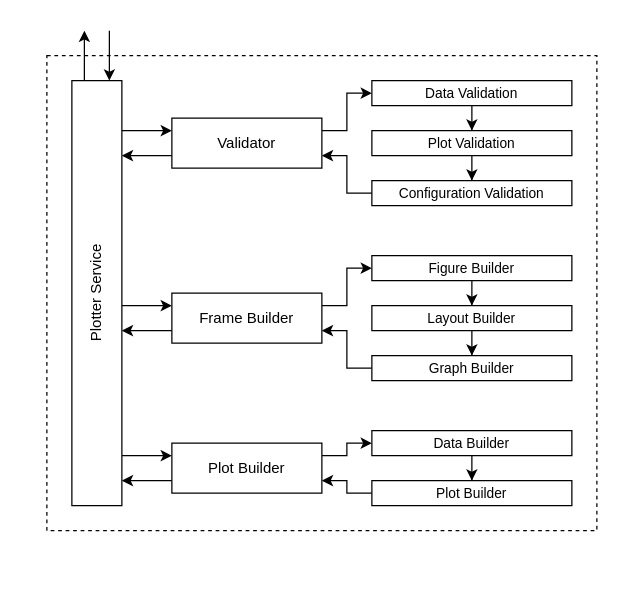
Before: page "Plotter" (2 of 3) of docs/schemas/schemas.drawio in antoniomf97/easyg, a draw.io diagram. Source tidied: cells renumbered, new cells numbered last; positions are measured from the earlier drawing's top-left corner, leaving out a move shared by most shapes. Both pictures are drawn from the tidied source at 125%, with x=0, y=0 at pixel (46, 30).
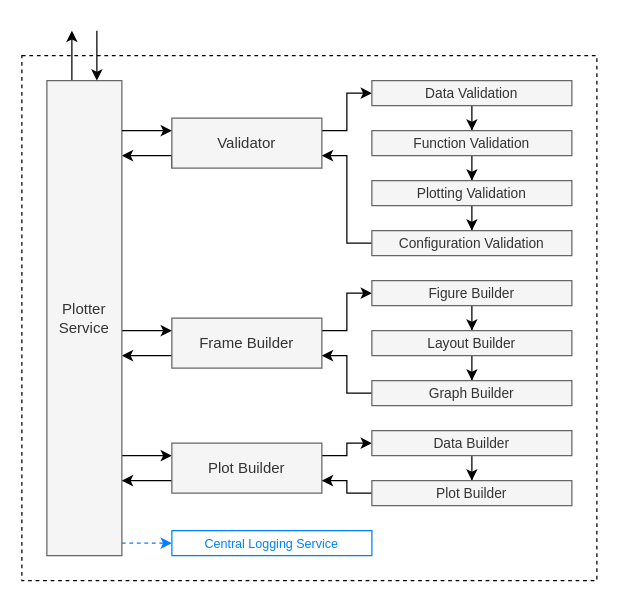
The same page after the edit.

The edit, as a diff of the source:
```diff
@@
     <mxCell id="2" style="rounded=0;whiteSpace=wrap;html=1;fillColor=none;dashed=1;" parent="1" vertex="1">
-      <mxGeometry y="20" width="440" height="380" as="geometry" />
+      <mxGeometry x="-20" y="20" width="460" height="420" as="geometry" />
     </mxCell>
@@
-    <mxCell id="4" style="edgeStyle=orthogonalEdgeStyle;rounded=0;jettySize=auto;html=1;" parent="1" edge="1" source="5" target="12">
+    <mxCell id="4" style="edgeStyle=orthogonalEdgeStyle;rounded=0;jettySize=auto;html=1;" parent="1" edge="1" target="12">
       <mxGeometry relative="1" as="geometry">
+        <mxPoint x="100" y="110" as="sourcePoint" />
         <Array as="points">
-          <mxPoint x="80" y="100" />
-          <mxPoint x="80" y="100" />
+          <mxPoint x="100" y="100" />
         </Array>
       </mxGeometry>
     </mxCell>
-    <mxCell id="5" value="Validator" style="rounded=0;whiteSpace=wrap;html=1;" parent="1" vertex="1">
+    <mxCell id="5" value="Validator" style="rounded=0;whiteSpace=wrap;html=1;fillColor=#f5f5f5;fontColor=#333333;strokeColor=#666666;" parent="1" vertex="1">
       <mxGeometry x="100" y="70" width="120" height="40" as="geometry" />
     </mxCell>
     <mxCell id="6" style="edgeStyle=orthogonalEdgeStyle;rounded=0;jettySize=auto;html=1;" parent="1" edge="1" source="8" target="20">
       <mxGeometry relative="1" as="geometry">
         <Array as="points">
-          <mxPoint x="240" y="220" />
-          <mxPoint x="240" y="190" />
+          <mxPoint x="240" y="240" />
+          <mxPoint x="240" y="210" />
         </Array>
       </mxGeometry>
     </mxCell>
-    <mxCell id="7" style="edgeStyle=orthogonalEdgeStyle;rounded=0;jettySize=auto;html=1;" parent="1" edge="1" source="8" target="12">
+    <mxCell id="7" style="edgeStyle=orthogonalEdgeStyle;rounded=0;jettySize=auto;html=1;" parent="1" edge="1" source="8">
       <mxGeometry relative="1" as="geometry">
+        <mxPoint x="60" y="260" as="targetPoint" />
         <Array as="points">
-          <mxPoint x="80" y="240" />
-          <mxPoint x="80" y="240" />
+          <mxPoint x="80" y="260" />
+          <mxPoint x="80" y="260" />
         </Array>
       </mxGeometry>
     </mxCell>
-    <mxCell id="8" value="Frame Builder" style="rounded=0;whiteSpace=wrap;html=1;" parent="1" vertex="1">
-      <mxGeometry x="100" y="210" width="120" height="40" as="geometry" />
+    <mxCell id="8" value="Frame Builder" style="rounded=0;whiteSpace=wrap;html=1;fillColor=#f5f5f5;fontColor=#333333;strokeColor=#666666;" parent="1" vertex="1">
+      <mxGeometry x="100" y="230" width="120" height="40" as="geometry" />
     </mxCell>
-    <mxCell id="9" style="edgeStyle=orthogonalEdgeStyle;rounded=0;jettySize=auto;html=1;entryX=0;entryY=0.25;entryDx=0;entryDy=0;" parent="1" edge="1" source="12" target="8">
+    <mxCell id="9" style="edgeStyle=orthogonalEdgeStyle;rounded=0;jettySize=auto;html=1;entryX=0;entryY=0.25;entryDx=0;entryDy=0;" parent="1" edge="1" target="8">
       <mxGeometry relative="1" as="geometry">
+        <mxPoint x="60" y="240" as="sourcePoint" />
         <Array as="points">
-          <mxPoint x="70" y="220" />
-          <mxPoint x="70" y="220" />
+          <mxPoint x="70" y="240" />
+          <mxPoint x="70" y="240" />
         </Array>
       </mxGeometry>
     </mxCell>
-    <mxCell id="10" style="edgeStyle=orthogonalEdgeStyle;rounded=0;jettySize=auto;html=1;entryX=0;entryY=0.25;entryDx=0;entryDy=0;" parent="1" edge="1" source="12" target="27">
+    <mxCell id="10" style="edgeStyle=orthogonalEdgeStyle;rounded=0;jettySize=auto;html=1;entryX=0;entryY=0.25;entryDx=0;entryDy=0;" parent="1" edge="1" target="27">
       <mxGeometry relative="1" as="geometry">
+        <mxPoint x="60" y="340" as="sourcePoint" />
         <Array as="points">
           <mxPoint x="60" y="340" />
           <mxPoint x="60" y="340" />
         </Array>
       </mxGeometry>
     </mxCell>
-    <mxCell id="11" style="edgeStyle=orthogonalEdgeStyle;rounded=0;jettySize=auto;html=1;" parent="1" edge="1" source="12">
+    <mxCell id="11" style="edgeStyle=orthogonalEdgeStyle;rounded=0;orthogonalLoop=1;jettySize=auto;html=1;" parent="1" edge="1">
       <mxGeometry relative="1" as="geometry">
-        <mxPoint x="30" as="targetPoint" />
+        <mxPoint x="20" y="40" as="sourcePoint" />
+        <mxPoint x="20" as="targetPoint" />
         <Array as="points">
-          <mxPoint x="30" />
+          <mxPoint x="20" />
         </Array>
       </mxGeometry>
     </mxCell>
+    <mxCell id="34" style="edgeStyle=orthogonalEdgeStyle;rounded=0;jettySize=auto;html=1;strokeColor=#007FFF;dashed=1;" parent="1" edge="1" target="36">
+      <mxGeometry relative="1" as="geometry">
+        <mxPoint x="60" y="410" as="sourcePoint" />
+        <Array as="points">
+          <mxPoint x="80" y="410" />
+          <mxPoint x="80" y="410" />
+        </Array>
+      </mxGeometry>
+    </mxCell>
-    <mxCell id="12" value="Plotter Service" style="rounded=0;whiteSpace=wrap;html=1;horizontal=0;" parent="1" vertex="1">
-      <mxGeometry x="20" y="40" width="40" height="340" as="geometry" />
+    <mxCell id="12" value="Plotter Service" style="rounded=0;whiteSpace=wrap;html=1;horizontal=1;fontStyle=0;fillColor=#f5f5f5;fontColor=#333333;strokeColor=#666666;" parent="1" vertex="1">
+      <mxGeometry y="40" width="60" height="380" as="geometry" />
     </mxCell>
-    <mxCell id="13" style="edgeStyle=orthogonalEdgeStyle;rounded=0;jettySize=auto;html=1;fontSize=11;" parent="1" edge="1" source="14" target="16">
+    <mxCell id="13" style="edgeStyle=orthogonalEdgeStyle;rounded=0;jettySize=auto;html=1;fontSize=11;" parent="1" edge="1" source="37" target="16">
       <mxGeometry relative="1" as="geometry" />
     </mxCell>
+    <mxCell id="35" style="edgeStyle=orthogonalEdgeStyle;rounded=0;jettySize=auto;html=1;" parent="1" edge="1" source="14" target="37">
+      <mxGeometry relative="1" as="geometry" />
+    </mxCell>
-    <mxCell id="14" value="Data Validation" style="rounded=0;whiteSpace=wrap;html=1;fontSize=11;" parent="1" vertex="1">
+    <mxCell id="14" value="Data Validation" style="rounded=0;whiteSpace=wrap;html=1;fontSize=11;fillColor=#f5f5f5;fontColor=#333333;strokeColor=#666666;" parent="1" vertex="1">
       <mxGeometry x="260" y="40" width="160" height="20" as="geometry" />
     </mxCell>
@@
-    <mxCell id="16" value="Plot Validation" style="rounded=0;whiteSpace=wrap;html=1;fontSize=11;" parent="1" vertex="1">
-      <mxGeometry x="260" y="80" width="160" height="20" as="geometry" />
+    <mxCell id="16" value="Plotting Validation" style="rounded=0;whiteSpace=wrap;html=1;fontSize=11;fillColor=#f5f5f5;fontColor=#333333;strokeColor=#666666;" parent="1" vertex="1">
+      <mxGeometry x="260" y="120" width="160" height="20" as="geometry" />
     </mxCell>
     <mxCell id="17" style="edgeStyle=orthogonalEdgeStyle;rounded=0;jettySize=auto;html=1;" parent="1" edge="1" source="18" target="5">
       <mxGeometry relative="1" as="geometry">
         <Array as="points">
-          <mxPoint x="240" y="130" />
+          <mxPoint x="240" y="170" />
           <mxPoint x="240" y="100" />
         </Array>
       </mxGeometry>
     </mxCell>
-    <mxCell id="18" value="Configuration Validation" style="rounded=0;whiteSpace=wrap;html=1;fontSize=11;" parent="1" vertex="1">
-      <mxGeometry x="260" y="120" width="160" height="20" as="geometry" />
+    <mxCell id="18" value="Configuration Validation" style="rounded=0;whiteSpace=wrap;html=1;fontSize=11;fillColor=#f5f5f5;fontColor=#333333;strokeColor=#666666;" parent="1" vertex="1">
+      <mxGeometry x="260" y="160" width="160" height="20" as="geometry" />
     </mxCell>
@@
-    <mxCell id="20" value="Figure Builder" style="rounded=0;whiteSpace=wrap;html=1;fontSize=11;" parent="1" vertex="1">
-      <mxGeometry x="260" y="180" width="160" height="20" as="geometry" />
+    <mxCell id="20" value="Figure Builder" style="rounded=0;whiteSpace=wrap;html=1;fontSize=11;fillColor=#f5f5f5;fontColor=#333333;strokeColor=#666666;" parent="1" vertex="1">
+      <mxGeometry x="260" y="200" width="160" height="20" as="geometry" />
     </mxCell>
@@
-    <mxCell id="22" value="Layout Builder" style="rounded=0;whiteSpace=wrap;html=1;fontSize=11;" parent="1" vertex="1">
-      <mxGeometry x="260" y="220" width="160" height="20" as="geometry" />
+    <mxCell id="22" value="Layout Builder" style="rounded=0;whiteSpace=wrap;html=1;fontSize=11;fillColor=#f5f5f5;fontColor=#333333;strokeColor=#666666;" parent="1" vertex="1">
+      <mxGeometry x="260" y="240" width="160" height="20" as="geometry" />
     </mxCell>
     <mxCell id="23" style="edgeStyle=orthogonalEdgeStyle;rounded=0;jettySize=auto;html=1;" parent="1" edge="1" source="24" target="8">
       <mxGeometry relative="1" as="geometry">
         <Array as="points">
-          <mxPoint x="240" y="270" />
-          <mxPoint x="240" y="240" />
+          <mxPoint x="240" y="290" />
+          <mxPoint x="240" y="260" />
         </Array>
       </mxGeometry>
     </mxCell>
-    <mxCell id="24" value="Graph Builder" style="rounded=0;whiteSpace=wrap;html=1;fontSize=11;" parent="1" vertex="1">
-      <mxGeometry x="260" y="260" width="160" height="20" as="geometry" />
+    <mxCell id="24" value="Graph Builder" style="rounded=0;whiteSpace=wrap;html=1;fontSize=11;fillColor=#f5f5f5;fontColor=#333333;strokeColor=#666666;" parent="1" vertex="1">
+      <mxGeometry x="260" y="280" width="160" height="20" as="geometry" />
     </mxCell>
@@
-    <mxCell id="26" style="edgeStyle=orthogonalEdgeStyle;rounded=0;jettySize=auto;html=1;" parent="1" edge="1" source="27" target="12">
+    <mxCell id="26" style="edgeStyle=orthogonalEdgeStyle;rounded=0;jettySize=auto;html=1;" parent="1" edge="1" source="27">
       <mxGeometry relative="1" as="geometry">
+        <mxPoint x="60" y="360" as="targetPoint" />
         <Array as="points">
           <mxPoint x="80" y="360" />
           <mxPoint x="80" y="360" />
         </Array>
       </mxGeometry>
     </mxCell>
-    <mxCell id="27" value="Plot Builder" style="rounded=0;whiteSpace=wrap;html=1;" parent="1" vertex="1">
+    <mxCell id="27" value="Plot Builder" style="rounded=0;whiteSpace=wrap;html=1;fillColor=#f5f5f5;fontColor=#333333;strokeColor=#666666;" parent="1" vertex="1">
       <mxGeometry x="100" y="330" width="120" height="40" as="geometry" />
     </mxCell>
@@
-    <mxCell id="29" value="Data Builder" style="rounded=0;whiteSpace=wrap;html=1;fontSize=11;" parent="1" vertex="1">
+    <mxCell id="29" value="Data Builder" style="rounded=0;whiteSpace=wrap;html=1;fontSize=11;fillColor=#f5f5f5;fontColor=#333333;strokeColor=#666666;" parent="1" vertex="1">
       <mxGeometry x="260" y="320" width="160" height="20" as="geometry" />
     </mxCell>
@@
-    <mxCell id="31" value="Plot Builder" style="rounded=0;whiteSpace=wrap;html=1;fontSize=11;" parent="1" vertex="1">
+    <mxCell id="31" value="Plot Builder" style="rounded=0;whiteSpace=wrap;html=1;fontSize=11;fillColor=#f5f5f5;fontColor=#333333;strokeColor=#666666;" parent="1" vertex="1">
       <mxGeometry x="260" y="360" width="160" height="20" as="geometry" />
     </mxCell>
@@
-    <mxCell id="33" style="edgeStyle=orthogonalEdgeStyle;rounded=0;jettySize=auto;html=1;" parent="1" edge="1" target="12">
+    <mxCell id="33" style="edgeStyle=orthogonalEdgeStyle;rounded=0;orthogonalLoop=1;jettySize=auto;html=1;" parent="1" edge="1">
       <mxGeometry relative="1" as="geometry">
-        <mxPoint x="50" as="sourcePoint" />
+        <mxPoint x="40" as="sourcePoint" />
+        <mxPoint x="40" y="40" as="targetPoint" />
         <Array as="points">
-          <mxPoint x="50" y="20" />
-          <mxPoint x="50" y="20" />
+          <mxPoint x="40" y="20" />
+          <mxPoint x="40" y="20" />
         </Array>
       </mxGeometry>
     </mxCell>
+    <mxCell id="36" value="Central Logging Service" style="rounded=0;whiteSpace=wrap;html=1;horizontal=1;strokeColor=#007FFF;fontColor=#007FFF;fontSize=10;" parent="1" vertex="1">
+      <mxGeometry x="100" y="400" width="160" height="20" as="geometry" />
+    </mxCell>
+    <mxCell id="37" value="Function Validation" style="rounded=0;whiteSpace=wrap;html=1;fontSize=11;fillColor=#f5f5f5;fontColor=#333333;strokeColor=#666666;" parent="1" vertex="1">
+      <mxGeometry x="260" y="80" width="160" height="20" as="geometry" />
+    </mxCell>
```
